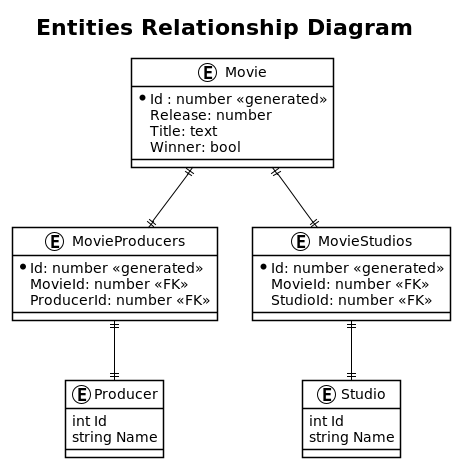
This is docs/entities-Entities_Relationship_Diagram.png from guionardo/texo-exercise, a PlantUML export, as it was before one commit. Its diagram source:
```plantuml
@startuml

!theme plain

Title "Entities Relationship Diagram"
entity Movie {
    *Id : number <<generated>>
    Release: number
    Title: text
    Winner: bool
}

entity Producer{
    int Id
    string Name
}

entity Studio {
   int Id
   string Name
}

entity MovieProducers {
    *Id: number <<generated>>
    MovieId: number <<FK>>
    ProducerId: number <<FK>>
}

entity MovieStudios {
    *Id: number <<generated>>
    MovieId: number <<FK>>
    StudioId: number <<FK>>
}

Movie ||--|| MovieProducers
MovieProducers ||--|| Producer
Movie ||--|| MovieStudios
MovieStudios ||--|| Studio

@enduml
```
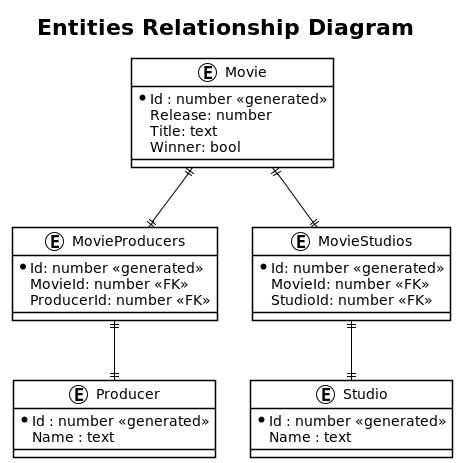
After the commit.

Diff of the diagram source:
```diff
@@ -11,13 +11,13 @@
 }
 
 entity Producer{
-    int Id
-    string Name
+   *Id : number <<generated>>
+   Name : text
 }
 
 entity Studio {
-   int Id
-   string Name
+   *Id : number <<generated>>
+   Name : text
 }
 
 entity MovieProducers {
```
